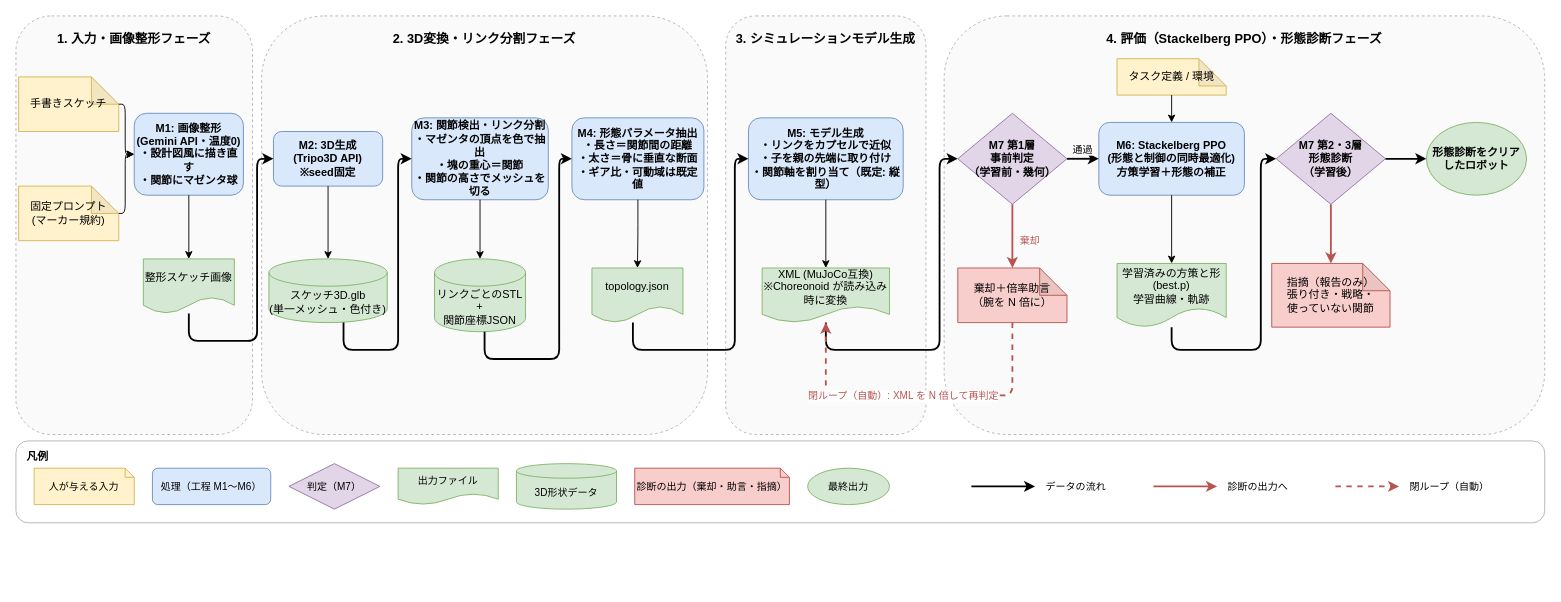
Above: docs/研究応用/執筆/システム図.drawio in 233301koshiro/StackelbergPPO (draw.io), before the change. Source tidied: cells renumbered, new cells numbered last; positions are measured from the earlier drawing's top-left corner, leaving out a move shared by most shapes. Both pictures are drawn from the tidied source at 91%, with x=0, y=0 at pixel (15, 15).
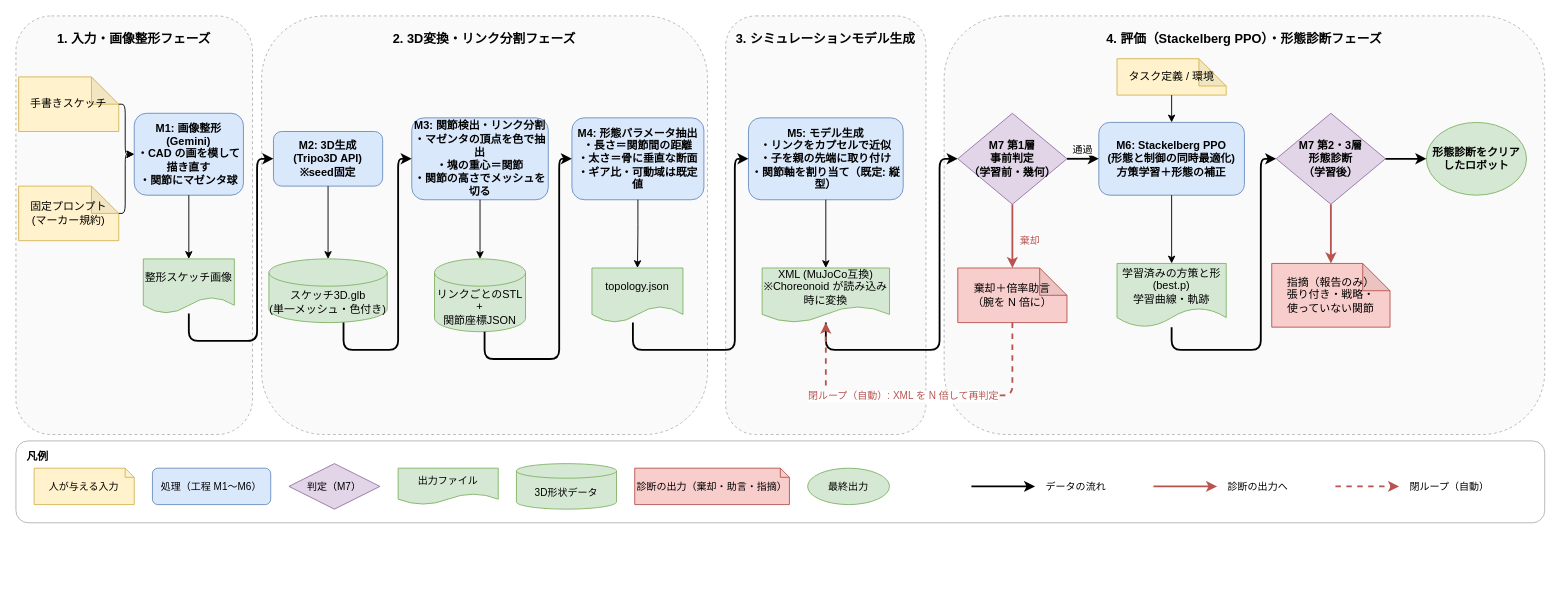
The same page after the edit.

Change to the diagram source:
```diff
@@
-    <mxCell id="8" value="M1: 画像整形&#10;(Gemini API・温度0)&#10;・設計図風に描き直す&#10;・関節にマゼンタ球" style="rounded=1;whiteSpace=wrap;html=1;fillColor=#dae8fc;strokeColor=#6c8ebf;fontStyle=1;" parent="1" vertex="1">
+    <mxCell id="8" value="M1: 画像整形&#10;(Gemini)&#10;・CAD の画を模して描き直す&#10;・関節にマゼンタ球" style="rounded=1;whiteSpace=wrap;html=1;fillColor=#dae8fc;strokeColor=#6c8ebf;fontStyle=1;" parent="1" vertex="1">
       <mxGeometry x="130" y="107" width="120" height="90" as="geometry" />
     </mxCell>
```
